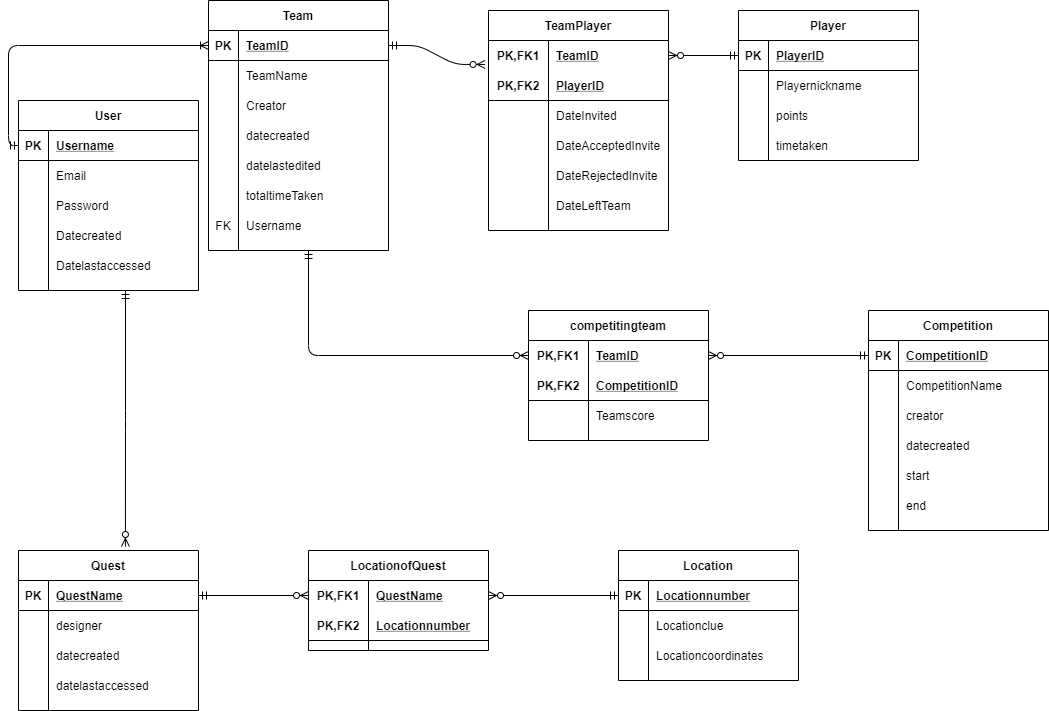
Rajeshwari-Rudra/GDP1 keeps this draw.io diagram as VishalVennavaram/ERDiagram.png. Above is the earlier version. Source tidied: cells renumbered, new cells last; positions are measured from the earlier drawing's top-left corner, leaving out a move shared by most shapes.
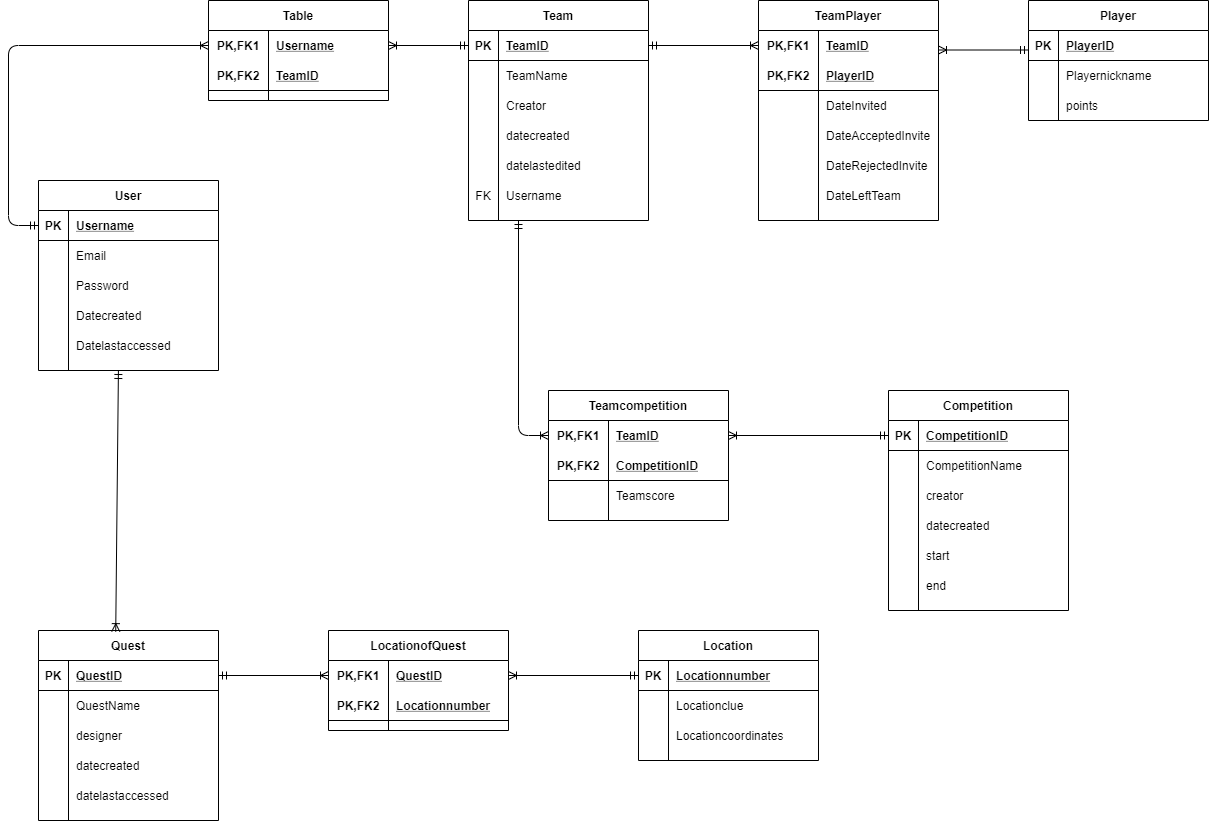
The same file after the commit.

Commit message:
Added ER Diagram to Vishal folder

The edit, as a diff of the source:
```diff
@@ -50,17 +50,8 @@
     <mxCell id="17" value="Datelastaccessed" style="shape=partialRectangle;fillColor=none;top=0;left=0;bottom=0;right=0;align=left;spacingLeft=6;overflow=hidden;" parent="15" vertex="1">
       <mxGeometry x="30" width="150" height="30" as="geometry" />
     </mxCell>
-    <mxCell id="18" style="fontSize=12;html=1;endArrow=ERzeroToMany;startArrow=ERmandOne;exitX=0;exitY=0.5;exitDx=0;exitDy=0;entryX=1;entryY=0.5;entryDx=0;entryDy=0;" parent="1" edge="1" source="125" target="106">
-      <mxGeometry relative="1" as="geometry" />
-    </mxCell>
-    <mxCell id="19" style="fontSize=12;html=1;endArrow=ERzeroToMany;startArrow=ERmandOne;entryX=1;entryY=0.5;entryDx=0;entryDy=0;exitX=0;exitY=0.5;exitDx=0;exitDy=0;" parent="1" edge="1" source="42" target="35">
-      <mxGeometry relative="1" as="geometry" />
-    </mxCell>
-    <mxCell id="20" style="fontSize=12;html=1;endArrow=ERzeroToMany;startArrow=ERmandOne;entryX=0;entryY=0.5;entryDx=0;entryDy=0;exitX=1;exitY=0.5;exitDx=0;exitDy=0;" parent="1" edge="1" source="22" target="35">
-      <mxGeometry relative="1" as="geometry" />
-    </mxCell>
     <mxCell id="21" value="Quest" style="shape=table;startSize=30;rowLines=0;fontStyle=1;align=center;" parent="1" vertex="1">
-      <mxGeometry y="550" width="180" height="160" as="geometry" />
+      <mxGeometry y="550" width="180" height="190" as="geometry" />
     </mxCell>
     <mxCell id="22" style="shape=partialRectangle;fillColor=none;top=0;left=0;bottom=1;right=0;points=[[0,0.5],[1,0.5]];portConstraint=eastwest;" parent="21" vertex="1">
       <mxGeometry y="30" width="180" height="30" as="geometry" />
@@ -68,7 +59,7 @@
     <mxCell id="23" value="PK" style="shape=partialRectangle;fillColor=none;top=0;left=0;bottom=0;right=0;fontStyle=1;overflow=hidden;" parent="22" vertex="1">
       <mxGeometry width="30" height="30" as="geometry" />
     </mxCell>
-    <mxCell id="24" value="QuestName" style="shape=partialRectangle;fillColor=none;top=0;left=0;bottom=0;right=0;align=left;spacingLeft=6;fontStyle=5;overflow=hidden;" parent="22" vertex="1">
+    <mxCell id="24" value="QuestID" style="shape=partialRectangle;fillColor=none;top=0;left=0;bottom=0;right=0;align=left;spacingLeft=6;fontStyle=5;overflow=hidden;" parent="22" vertex="1">
       <mxGeometry x="30" width="150" height="30" as="geometry" />
     </mxCell>
     <mxCell id="25" style="shape=partialRectangle;fillColor=none;top=0;left=0;bottom=0;right=0;" parent="21" vertex="1">
@@ -77,11 +68,20 @@
     <mxCell id="26" style="shape=partialRectangle;fillColor=none;top=0;left=0;bottom=0;right=0;overflow=hidden;" parent="25" vertex="1">
       <mxGeometry width="30" height="30" as="geometry" />
     </mxCell>
-    <mxCell id="27" value="designer" style="shape=partialRectangle;fillColor=none;top=0;left=0;bottom=0;right=0;align=left;spacingLeft=6;overflow=hidden;" parent="25" vertex="1">
+    <mxCell id="27" value="QuestName" style="shape=partialRectangle;fillColor=none;top=0;left=0;bottom=0;right=0;align=left;spacingLeft=6;overflow=hidden;" parent="25" vertex="1">
       <mxGeometry x="30" width="150" height="30" as="geometry" />
     </mxCell>
+    <mxCell id="139" style="shape=partialRectangle;fillColor=none;top=0;left=0;bottom=0;right=0;" parent="21" vertex="1">
+      <mxGeometry y="90" width="180" height="30" as="geometry" />
+    </mxCell>
+    <mxCell id="140" style="shape=partialRectangle;fillColor=none;top=0;left=0;bottom=0;right=0;overflow=hidden;" parent="139" vertex="1">
+      <mxGeometry width="30" height="30" as="geometry" />
+    </mxCell>
+    <mxCell id="141" value="designer" style="shape=partialRectangle;fillColor=none;top=0;left=0;bottom=0;right=0;align=left;spacingLeft=6;overflow=hidden;" parent="139" vertex="1">
+      <mxGeometry x="30" width="150" height="30" as="geometry" />
+    </mxCell>
     <mxCell id="28" style="shape=partialRectangle;fillColor=none;top=0;left=0;bottom=0;right=0;" parent="21" vertex="1">
-      <mxGeometry y="90" width="180" height="30" as="geometry" />
+      <mxGeometry y="120" width="180" height="30" as="geometry" />
     </mxCell>
     <mxCell id="29" style="shape=partialRectangle;fillColor=none;top=0;left=0;bottom=0;right=0;overflow=hidden;" parent="28" vertex="1">
       <mxGeometry width="30" height="30" as="geometry" />
@@ -90,7 +90,7 @@
       <mxGeometry x="30" width="150" height="30" as="geometry" />
     </mxCell>
     <mxCell id="31" style="shape=partialRectangle;fillColor=none;top=0;left=0;bottom=0;right=0;" parent="21" vertex="1">
-      <mxGeometry y="120" width="180" height="30" as="geometry" />
+      <mxGeometry y="150" width="180" height="30" as="geometry" />
     </mxCell>
     <mxCell id="32" style="shape=partialRectangle;fillColor=none;top=0;left=0;bottom=0;right=0;overflow=hidden;" parent="31" vertex="1">
       <mxGeometry width="30" height="30" as="geometry" />
@@ -98,6 +98,9 @@
     <mxCell id="33" value="datelastaccessed" style="shape=partialRectangle;fillColor=none;top=0;left=0;bottom=0;right=0;align=left;spacingLeft=6;overflow=hidden;" parent="31" vertex="1">
       <mxGeometry x="30" width="150" height="30" as="geometry" />
     </mxCell>
+    <mxCell id="142" style="fontSize=12;html=1;endArrow=ERoneToMany;startArrow=ERmandOne;exitX=0.444;exitY=1.333;exitDx=0;exitDy=0;exitPerimeter=0;entryX=0.429;entryY=0.006;entryDx=0;entryDy=0;entryPerimeter=0;" parent="1" edge="1" source="15" target="21">
+      <mxGeometry relative="1" as="geometry" />
+    </mxCell>
     <mxCell id="34" value="LocationofQuest" style="shape=table;startSize=30;rowLines=0;fontStyle=1;align=center;" parent="1" vertex="1">
       <mxGeometry x="290" y="550" width="180" height="100" as="geometry" />
     </mxCell>
@@ -107,7 +110,7 @@
     <mxCell id="36" value="PK,FK1" style="shape=partialRectangle;fillColor=none;top=0;left=0;bottom=0;right=0;fontStyle=1;overflow=hidden;" parent="35" vertex="1">
       <mxGeometry width="60" height="30" as="geometry" />
     </mxCell>
-    <mxCell id="37" value="QuestName" style="shape=partialRectangle;fillColor=none;top=0;left=0;bottom=0;right=0;align=left;spacingLeft=6;fontStyle=5;overflow=hidden;" parent="35" vertex="1">
+    <mxCell id="37" value="QuestID" style="shape=partialRectangle;fillColor=none;top=0;left=0;bottom=0;right=0;align=left;spacingLeft=6;fontStyle=5;overflow=hidden;" parent="35" vertex="1">
       <mxGeometry x="60" width="120" height="30" as="geometry" />
     </mxCell>
     <mxCell id="38" style="shape=partialRectangle;fillColor=none;top=0;left=0;bottom=1;right=0;" parent="34" vertex="1">
@@ -149,7 +152,7 @@
     <mxCell id="50" value="Locationcoordinates" style="shape=partialRectangle;fillColor=none;top=0;left=0;bottom=0;right=0;align=left;spacingLeft=6;overflow=hidden;" parent="48" vertex="1">
       <mxGeometry x="30" width="150" height="30" as="geometry" />
     </mxCell>
-    <mxCell id="51" value="competitingteam" style="shape=table;startSize=30;rowLines=0;fontStyle=1;align=center;" parent="1" vertex="1">
+    <mxCell id="51" value="Teamcompetition" style="shape=table;startSize=30;rowLines=0;fontStyle=1;align=center;" parent="1" vertex="1">
       <mxGeometry x="510" y="310" width="180" height="130" as="geometry" />
     </mxCell>
     <mxCell id="52" style="shape=partialRectangle;fillColor=none;top=0;left=0;bottom=0;right=0;points=[[0,0.5],[1,0.5]];portConstraint=eastwest;" parent="51" vertex="1">
@@ -179,9 +182,6 @@
     <mxCell id="60" value="Teamscore" style="shape=partialRectangle;fillColor=none;top=0;left=0;bottom=0;right=0;align=left;spacingLeft=6;overflow=hidden;" parent="58" vertex="1">
       <mxGeometry x="60" width="120" height="30" as="geometry" />
     </mxCell>
-    <mxCell id="61" style="fontSize=12;html=1;endArrow=ERzeroToMany;startArrow=ERmandOne;exitX=0;exitY=0.5;exitDx=0;exitDy=0;entryX=1;entryY=0.5;entryDx=0;entryDy=0;" parent="1" edge="1" source="63" target="52">
-      <mxGeometry relative="1" as="geometry" />
-    </mxCell>
     <mxCell id="62" value="Competition" style="shape=table;startSize=30;rowLines=0;fontStyle=1;align=center;" parent="1" vertex="1">
       <mxGeometry x="850" y="310" width="180" height="220" as="geometry" />
     </mxCell>
@@ -239,11 +239,37 @@
     <mxCell id="80" value="end" style="shape=partialRectangle;fillColor=none;top=0;left=0;bottom=0;right=0;align=left;spacingLeft=6;overflow=hidden;" parent="78" vertex="1">
       <mxGeometry x="30" width="150" height="30" as="geometry" />
     </mxCell>
-    <mxCell id="81" style="fontSize=12;html=1;endArrow=ERoneToMany;startArrow=ERmandOne;entryX=0;entryY=0.5;entryDx=0;entryDy=0;edgeStyle=orthogonalEdgeStyle;exitX=0;exitY=0.5;exitDx=0;exitDy=0;" parent="1" edge="1" source="3" target="83">
-      <mxGeometry relative="1" as="geometry" />
-    </mxCell>
+    <mxCell id="143" value="Table" style="shape=table;startSize=30;rowLines=0;fontStyle=1;align=center;" parent="1" vertex="1">
+      <mxGeometry x="170" y="-80" width="180" height="100" as="geometry" />
+    </mxCell>
+    <mxCell id="144" style="shape=partialRectangle;fillColor=none;top=0;left=0;bottom=0;right=0;points=[[0,0.5],[1,0.5]];portConstraint=eastwest;" parent="143" vertex="1">
+      <mxGeometry y="30" width="180" height="30" as="geometry" />
+    </mxCell>
+    <mxCell id="145" value="PK,FK1" style="shape=partialRectangle;fillColor=none;top=0;left=0;bottom=0;right=0;fontStyle=1;overflow=hidden;" parent="144" vertex="1">
+      <mxGeometry width="60" height="30" as="geometry" />
+    </mxCell>
+    <mxCell id="146" value="Username" style="shape=partialRectangle;fillColor=none;top=0;left=0;bottom=0;right=0;align=left;spacingLeft=6;fontStyle=5;overflow=hidden;" parent="144" vertex="1">
+      <mxGeometry x="60" width="120" height="30" as="geometry" />
+    </mxCell>
+    <mxCell id="147" style="shape=partialRectangle;fillColor=none;top=0;left=0;bottom=1;right=0;" parent="143" vertex="1">
+      <mxGeometry y="60" width="180" height="30" as="geometry" />
+    </mxCell>
+    <mxCell id="148" value="PK,FK2" style="shape=partialRectangle;fillColor=none;top=0;left=0;bottom=0;right=0;fontStyle=1;overflow=hidden;" parent="147" vertex="1">
+      <mxGeometry width="60" height="30" as="geometry" />
+    </mxCell>
+    <mxCell id="149" value="TeamID" style="shape=partialRectangle;fillColor=none;top=0;left=0;bottom=0;right=0;align=left;spacingLeft=6;fontStyle=5;overflow=hidden;" parent="147" vertex="1">
+      <mxGeometry x="60" width="120" height="30" as="geometry" />
+    </mxCell>
+    <mxCell id="150" style="edgeStyle=orthogonalEdgeStyle;fontSize=12;html=1;endArrow=ERoneToMany;startArrow=ERmandOne;entryX=0;entryY=0.5;entryDx=0;entryDy=0;exitX=0;exitY=0.5;exitDx=0;exitDy=0;" parent="1" edge="1" source="3" target="144">
+      <mxGeometry relative="1" as="geometry">
+        <Array as="points">
+          <mxPoint x="-30" y="145" />
+          <mxPoint x="-30" y="-35" />
+        </Array>
+      </mxGeometry>
+    </mxCell>
     <mxCell id="82" value="Team" style="shape=table;startSize=30;rowLines=0;fontStyle=1;align=center;" parent="1" vertex="1">
-      <mxGeometry x="190" width="180" height="250" as="geometry" />
+      <mxGeometry x="430" y="-80" width="180" height="220" as="geometry" />
     </mxCell>
     <mxCell id="83" style="shape=partialRectangle;fillColor=none;top=0;left=0;bottom=1;right=0;points=[[0,0.5],[1,0.5]];portConstraint=eastwest;" parent="82" vertex="1">
       <mxGeometry y="30" width="180" height="30" as="geometry" />
@@ -290,17 +316,8 @@
     <mxCell id="97" value="datelastedited" style="shape=partialRectangle;fillColor=none;top=0;left=0;bottom=0;right=0;align=left;spacingLeft=6;overflow=hidden;" parent="95" vertex="1">
       <mxGeometry x="30" width="150" height="30" as="geometry" />
     </mxCell>
-    <mxCell id="98" style="shape=partialRectangle;fillColor=none;top=0;left=0;bottom=0;right=0;" parent="82" vertex="1">
-      <mxGeometry y="180" width="180" height="30" as="geometry" />
-    </mxCell>
-    <mxCell id="99" style="shape=partialRectangle;fillColor=none;top=0;left=0;bottom=0;right=0;overflow=hidden;" parent="98" vertex="1">
-      <mxGeometry width="30" height="30" as="geometry" />
-    </mxCell>
-    <mxCell id="100" value="totaltimeTaken" style="shape=partialRectangle;fillColor=none;top=0;left=0;bottom=0;right=0;align=left;spacingLeft=6;overflow=hidden;" parent="98" vertex="1">
-      <mxGeometry x="30" width="150" height="30" as="geometry" />
-    </mxCell>
     <mxCell id="101" style="shape=partialRectangle;fillColor=none;top=0;left=0;bottom=0;right=0;" parent="82" vertex="1">
-      <mxGeometry y="210" width="180" height="30" as="geometry" />
+      <mxGeometry y="180" width="180" height="30" as="geometry" />
     </mxCell>
     <mxCell id="102" value="FK" style="shape=partialRectangle;fillColor=none;top=0;left=0;bottom=0;right=0;overflow=hidden;" parent="101" vertex="1">
       <mxGeometry width="30" height="30" as="geometry" />
@@ -308,13 +325,28 @@
     <mxCell id="103" value="Username" style="shape=partialRectangle;fillColor=none;top=0;left=0;bottom=0;right=0;align=left;spacingLeft=6;overflow=hidden;" parent="101" vertex="1">
       <mxGeometry x="30" width="150" height="30" as="geometry" />
     </mxCell>
-    <mxCell id="104" style="edgeStyle=orthogonalEdgeStyle;fontSize=12;html=1;endArrow=ERzeroToMany;startArrow=ERmandOne;entryX=0;entryY=0.5;entryDx=0;entryDy=0;" parent="1" edge="1" target="52">
-      <mxGeometry relative="1" as="geometry">
-        <mxPoint x="290" y="250" as="sourcePoint" />
-      </mxGeometry>
-    </mxCell>
+    <mxCell id="151" style="fontSize=12;html=1;endArrow=ERoneToMany;startArrow=ERmandOne;entryX=1;entryY=0.5;entryDx=0;entryDy=0;exitX=0;exitY=0.5;exitDx=0;exitDy=0;" parent="1" edge="1" source="83" target="144">
+      <mxGeometry relative="1" as="geometry" />
+    </mxCell>
+    <mxCell id="20" style="fontSize=12;html=1;endArrow=ERoneToMany;startArrow=ERmandOne;exitX=1;exitY=0.5;exitDx=0;exitDy=0;entryX=0;entryY=0.5;entryDx=0;entryDy=0;" parent="1" edge="1" source="22" target="35">
+      <mxGeometry relative="1" as="geometry" />
+    </mxCell>
+    <mxCell id="19" style="fontSize=12;html=1;endArrow=ERoneToMany;startArrow=ERmandOne;exitX=0;exitY=0.5;exitDx=0;exitDy=0;entryX=1;entryY=0.5;entryDx=0;entryDy=0;" parent="1" edge="1" source="42" target="35">
+      <mxGeometry relative="1" as="geometry" />
+    </mxCell>
+    <mxCell id="152" style="fontSize=12;html=1;endArrow=ERoneToMany;startArrow=ERmandOne;entryX=0;entryY=0.5;entryDx=0;entryDy=0;" parent="1" edge="1" target="52">
+      <mxGeometry relative="1" as="geometry">
+        <mxPoint x="480" y="140" as="sourcePoint" />
+        <Array as="points">
+          <mxPoint x="480" y="355" />
+        </Array>
+      </mxGeometry>
+    </mxCell>
+    <mxCell id="61" style="fontSize=12;html=1;endArrow=ERoneToMany;startArrow=ERmandOne;exitX=0;exitY=0.5;exitDx=0;exitDy=0;entryX=1;entryY=0.5;entryDx=0;entryDy=0;" parent="1" edge="1" source="63" target="52">
+      <mxGeometry relative="1" as="geometry" />
+    </mxCell>
     <mxCell id="105" value="TeamPlayer" style="shape=table;startSize=30;rowLines=0;fontStyle=1;align=center;" parent="1" vertex="1">
-      <mxGeometry x="470" y="10" width="180" height="220" as="geometry" />
+      <mxGeometry x="720" y="-80" width="180" height="220" as="geometry" />
     </mxCell>
     <mxCell id="106" style="shape=partialRectangle;fillColor=none;top=0;left=0;bottom=0;right=0;points=[[0,0.5],[1,0.5]];portConstraint=eastwest;" parent="105" vertex="1">
       <mxGeometry y="30" width="180" height="30" as="geometry" />
@@ -371,7 +403,7 @@
       <mxGeometry x="60" width="120" height="30" as="geometry" />
     </mxCell>
     <mxCell id="124" value="Player" style="shape=table;startSize=30;rowLines=0;fontStyle=1;align=center;" parent="1" vertex="1">
-      <mxGeometry x="720" y="10" width="180" height="150" as="geometry" />
+      <mxGeometry x="990" y="-80" width="180" height="120" as="geometry" />
     </mxCell>
     <mxCell id="125" style="shape=partialRectangle;fillColor=none;top=0;left=0;bottom=1;right=0;points=[[0,0.5],[1,0.5]];portConstraint=eastwest;" parent="124" vertex="1">
       <mxGeometry y="30" width="180" height="30" as="geometry" />
@@ -400,22 +432,13 @@
     <mxCell id="133" value="points" style="shape=partialRectangle;fillColor=none;top=0;left=0;bottom=0;right=0;align=left;spacingLeft=6;overflow=hidden;" parent="131" vertex="1">
       <mxGeometry x="30" width="150" height="30" as="geometry" />
     </mxCell>
-    <mxCell id="134" style="shape=partialRectangle;fillColor=none;top=0;left=0;bottom=0;right=0;" parent="124" vertex="1">
-      <mxGeometry y="120" width="180" height="30" as="geometry" />
-    </mxCell>
-    <mxCell id="135" style="shape=partialRectangle;fillColor=none;top=0;left=0;bottom=0;right=0;overflow=hidden;" parent="134" vertex="1">
-      <mxGeometry width="30" height="30" as="geometry" />
-    </mxCell>
-    <mxCell id="136" value="timetaken" style="shape=partialRectangle;fillColor=none;top=0;left=0;bottom=0;right=0;align=left;spacingLeft=6;overflow=hidden;" parent="134" vertex="1">
-      <mxGeometry x="30" width="150" height="30" as="geometry" />
-    </mxCell>
+    <mxCell id="153" style="fontSize=12;html=1;endArrow=ERoneToMany;startArrow=ERmandOne;entryX=1;entryY=0.65;entryDx=0;entryDy=0;exitX=0;exitY=0.5;exitDx=0;exitDy=0;entryPerimeter=0;" parent="1" edge="1" target="106">
+      <mxGeometry relative="1" as="geometry">
+        <mxPoint x="990" y="-30.5" as="sourcePoint" />
+      </mxGeometry>
+    </mxCell>
-    <mxCell id="137" style="edgeStyle=entityRelationEdgeStyle;fontSize=12;html=1;endArrow=ERzeroToMany;startArrow=ERmandOne;entryX=-0.019;entryY=0.798;entryDx=0;entryDy=0;entryPerimeter=0;exitX=1;exitY=0.5;exitDx=0;exitDy=0;" parent="1" edge="1" source="83" target="106">
+    <mxCell id="137" style="fontSize=12;html=1;endArrow=ERoneToMany;startArrow=ERmandOne;entryX=0;entryY=0.5;entryDx=0;entryDy=0;exitX=1;exitY=0.5;exitDx=0;exitDy=0;" parent="1" edge="1" source="83" target="106">
       <mxGeometry relative="1" as="geometry" />
     </mxCell>
-    <mxCell id="138" style="fontSize=12;html=1;endArrow=ERzeroToMany;startArrow=ERmandOne;entryX=0.594;entryY=-0.025;entryDx=0;entryDy=0;edgeStyle=orthogonalEdgeStyle;entryPerimeter=0;" parent="1" edge="1" target="21">
-      <mxGeometry relative="1" as="geometry">
-        <mxPoint x="107" y="290" as="sourcePoint" />
-      </mxGeometry>
-    </mxCell>
   </root>
 </mxGraphModel>
```
